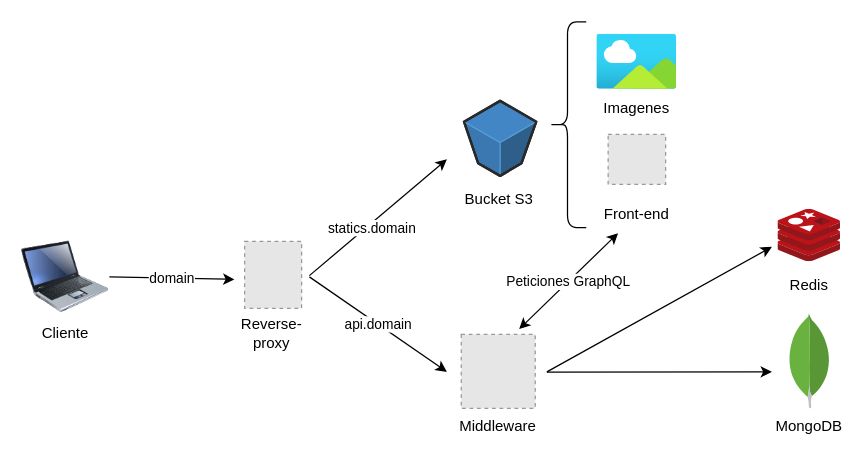
The draw.io diagram documentacion/drawio/general.drawio in oscarsalvador/NEB-practica-empresa-1, before the edit. Source tidied: cells renumbered, new cells numbered last; positions are measured from the earlier drawing's top-left corner, leaving out a move shared by most shapes. Both pictures are drawn from the tidied source at 125%, with x=0, y=0 at pixel (21, 21). Pictures stored in the file or linked from it are replaced by grey dashed boxes.
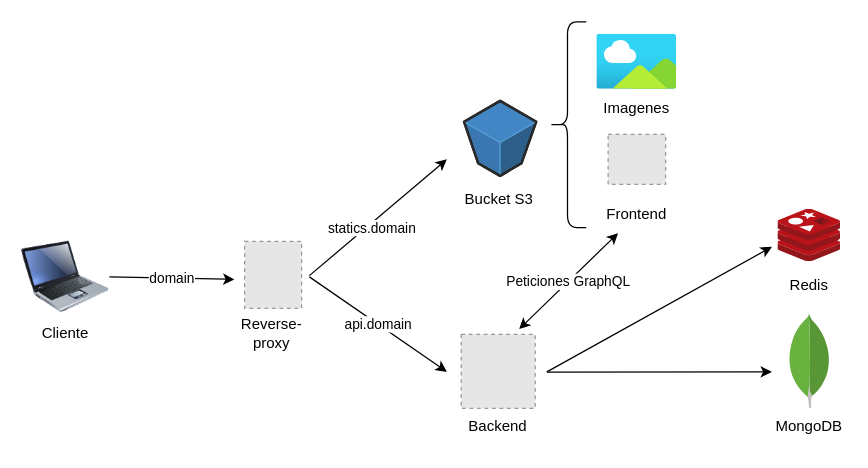
The same diagram, later.

Change to the diagram source:
```diff
@@
-    <mxCell id="11" value="Middleware" style="text;html=1;strokeColor=none;fillColor=none;align=center;verticalAlign=middle;whiteSpace=wrap;rounded=0;fontFamily=Helvetica;fontSize=12;" parent="1" vertex="1">
+    <mxCell id="11" value="Backend" style="text;html=1;strokeColor=none;fillColor=none;align=center;verticalAlign=middle;whiteSpace=wrap;rounded=0;fontFamily=Helvetica;fontSize=12;" parent="1" vertex="1">
       <mxGeometry x="351.1" y="309.2" width="60" height="30" as="geometry" />
     </mxCell>
@@
-    <mxCell id="22" value="Front-end" style="text;html=1;strokeColor=none;fillColor=none;align=center;verticalAlign=middle;whiteSpace=wrap;rounded=0;fontFamily=Helvetica;fontSize=12;" parent="1" vertex="1">
+    <mxCell id="22" value="Frontend" style="text;html=1;strokeColor=none;fillColor=none;align=center;verticalAlign=middle;whiteSpace=wrap;rounded=0;fontFamily=Helvetica;fontSize=12;" parent="1" vertex="1">
       <mxGeometry x="462" y="139" width="60" height="30" as="geometry" />
     </mxCell>
```
